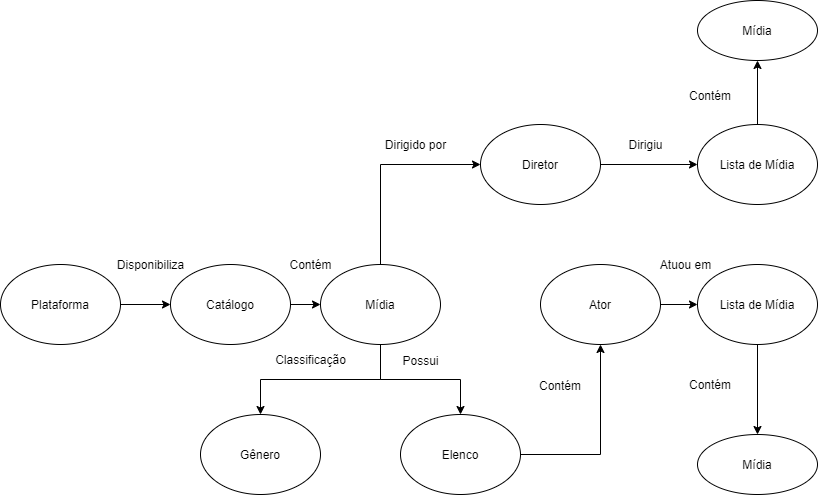
The draw.io diagram lab09/images/grafo.png in GeorgeJuniorGG/MC536, before a commit. Source tidied: cells renumbered, new cells last; positions are measured from the earlier drawing's top-left corner, leaving out a move shared by most shapes. Source of this version:
```xml
<mxGraphModel>
  <root>
    <mxCell id="0" />
    <mxCell id="1" parent="0" />
    <mxCell id="2" style="edgeStyle=orthogonalEdgeStyle;rounded=0;jettySize=auto;html=1;" parent="1" edge="1" source="3" target="23">
      <mxGeometry relative="1" as="geometry" />
    </mxCell>
    <mxCell id="3" value="Plataforma" style="ellipse;whiteSpace=wrap;html=1;" parent="1" vertex="1">
      <mxGeometry y="264" width="120" height="80" as="geometry" />
    </mxCell>
    <mxCell id="4" style="edgeStyle=orthogonalEdgeStyle;rounded=0;jettySize=auto;html=1;" parent="1" edge="1" source="7" target="11">
      <mxGeometry relative="1" as="geometry" />
    </mxCell>
    <mxCell id="5" style="edgeStyle=orthogonalEdgeStyle;rounded=0;jettySize=auto;html=1;exitX=0.5;exitY=0;exitDx=0;exitDy=0;entryX=0;entryY=0.5;entryDx=0;entryDy=0;" parent="1" edge="1" source="7" target="10">
      <mxGeometry relative="1" as="geometry" />
    </mxCell>
    <mxCell id="6" style="edgeStyle=orthogonalEdgeStyle;rounded=0;jettySize=auto;html=1;entryX=0.5;entryY=0;entryDx=0;entryDy=0;" parent="1" edge="1" source="7" target="30">
      <mxGeometry relative="1" as="geometry" />
    </mxCell>
    <mxCell id="7" value="Mídia" style="ellipse;whiteSpace=wrap;html=1;" parent="1" vertex="1">
      <mxGeometry x="320" y="264" width="120" height="80" as="geometry" />
    </mxCell>
    <mxCell id="8" value="Disponibiliza" style="text;html=1;align=center;verticalAlign=middle;fillColor=none;strokeColor=none;rounded=0;" parent="1" vertex="1">
      <mxGeometry x="110" y="254" width="80" height="20" as="geometry" />
    </mxCell>
    <mxCell id="9" style="edgeStyle=orthogonalEdgeStyle;rounded=0;jettySize=auto;html=1;" parent="1" edge="1" source="10" target="17">
      <mxGeometry relative="1" as="geometry" />
    </mxCell>
    <mxCell id="10" value="Diretor" style="ellipse;whiteSpace=wrap;html=1;" parent="1" vertex="1">
      <mxGeometry x="480" y="124" width="120" height="80" as="geometry" />
    </mxCell>
    <mxCell id="11" value="Gênero" style="ellipse;whiteSpace=wrap;html=1;" parent="1" vertex="1">
      <mxGeometry x="200" y="414" width="120" height="80" as="geometry" />
    </mxCell>
    <mxCell id="12" style="edgeStyle=orthogonalEdgeStyle;rounded=0;jettySize=auto;html=1;" parent="1" edge="1" source="13" target="20">
      <mxGeometry relative="1" as="geometry" />
    </mxCell>
    <mxCell id="13" value="Ator" style="ellipse;whiteSpace=wrap;html=1;" parent="1" vertex="1">
      <mxGeometry x="540" y="264" width="120" height="80" as="geometry" />
    </mxCell>
    <mxCell id="14" value="Classificação" style="text;html=1;align=center;verticalAlign=middle;strokeColor=none;fillColor=none;" parent="1" vertex="1">
      <mxGeometry x="265" y="349" width="90" height="20" as="geometry" />
    </mxCell>
    <mxCell id="15" value="Dirigido por" style="text;html=1;align=center;verticalAlign=middle;strokeColor=none;fillColor=none;" parent="1" vertex="1">
      <mxGeometry x="375" y="134" width="80" height="20" as="geometry" />
    </mxCell>
    <mxCell id="16" style="edgeStyle=orthogonalEdgeStyle;rounded=0;jettySize=auto;html=1;" parent="1" edge="1" source="17" target="25">
      <mxGeometry relative="1" as="geometry" />
    </mxCell>
    <mxCell id="17" value="Lista de Mídia" style="ellipse;whiteSpace=wrap;html=1;" parent="1" vertex="1">
      <mxGeometry x="697" y="124" width="120" height="80" as="geometry" />
    </mxCell>
    <mxCell id="18" value="Dirigiu" style="text;html=1;align=center;verticalAlign=middle;strokeColor=none;fillColor=none;" parent="1" vertex="1">
      <mxGeometry x="620" y="134" width="50" height="20" as="geometry" />
    </mxCell>
    <mxCell id="19" style="edgeStyle=orthogonalEdgeStyle;rounded=0;jettySize=auto;html=1;" parent="1" edge="1" source="20" target="26">
      <mxGeometry relative="1" as="geometry" />
    </mxCell>
    <mxCell id="20" value="Lista de Mídia" style="ellipse;whiteSpace=wrap;html=1;" parent="1" vertex="1">
      <mxGeometry x="697" y="264" width="120" height="80" as="geometry" />
    </mxCell>
    <mxCell id="21" value="Atuou em" style="text;html=1;align=center;verticalAlign=middle;strokeColor=none;fillColor=none;" parent="1" vertex="1">
      <mxGeometry x="650" y="254" width="70" height="20" as="geometry" />
    </mxCell>
    <mxCell id="22" style="edgeStyle=orthogonalEdgeStyle;rounded=0;jettySize=auto;html=1;entryX=0;entryY=0.5;entryDx=0;entryDy=0;" parent="1" edge="1" source="23" target="7">
      <mxGeometry relative="1" as="geometry" />
    </mxCell>
    <mxCell id="23" value="Catálogo" style="ellipse;whiteSpace=wrap;html=1;" parent="1" vertex="1">
      <mxGeometry x="170" y="264" width="120" height="80" as="geometry" />
    </mxCell>
    <mxCell id="24" value="Contém" style="text;html=1;align=center;verticalAlign=middle;strokeColor=none;fillColor=none;" parent="1" vertex="1">
      <mxGeometry x="280" y="254" width="60" height="20" as="geometry" />
    </mxCell>
    <mxCell id="25" value="Mídia" style="ellipse;whiteSpace=wrap;html=1;" parent="1" vertex="1">
      <mxGeometry x="697" width="120" height="60" as="geometry" />
    </mxCell>
    <mxCell id="26" value="Mídia" style="ellipse;whiteSpace=wrap;html=1;" parent="1" vertex="1">
      <mxGeometry x="697" y="434" width="120" height="60" as="geometry" />
    </mxCell>
    <mxCell id="27" value="Contém" style="text;html=1;strokeColor=none;fillColor=none;align=center;verticalAlign=middle;whiteSpace=wrap;rounded=0;" parent="1" vertex="1">
      <mxGeometry x="680" y="80" width="60" height="30" as="geometry" />
    </mxCell>
    <mxCell id="28" value="Contém" style="text;html=1;strokeColor=none;fillColor=none;align=center;verticalAlign=middle;whiteSpace=wrap;rounded=0;" parent="1" vertex="1">
      <mxGeometry x="680" y="369" width="60" height="30" as="geometry" />
    </mxCell>
    <mxCell id="29" style="edgeStyle=orthogonalEdgeStyle;rounded=0;jettySize=auto;html=1;entryX=0.5;entryY=1;entryDx=0;entryDy=0;" parent="1" edge="1" source="30" target="13">
      <mxGeometry relative="1" as="geometry" />
    </mxCell>
    <mxCell id="30" value="Elenco" style="ellipse;whiteSpace=wrap;html=1;" parent="1" vertex="1">
      <mxGeometry x="400" y="414" width="120" height="80" as="geometry" />
    </mxCell>
    <mxCell id="31" value="Possui" style="text;html=1;align=center;verticalAlign=middle;strokeColor=none;fillColor=none;" parent="1" vertex="1">
      <mxGeometry x="395" y="350" width="50" height="20" as="geometry" />
    </mxCell>
    <mxCell id="32" value="Contém" style="text;html=1;strokeColor=none;fillColor=none;align=center;verticalAlign=middle;whiteSpace=wrap;rounded=0;" parent="1" vertex="1">
      <mxGeometry x="530" y="370" width="60" height="30" as="geometry" />
    </mxCell>
  </root>
</mxGraphModel>
```
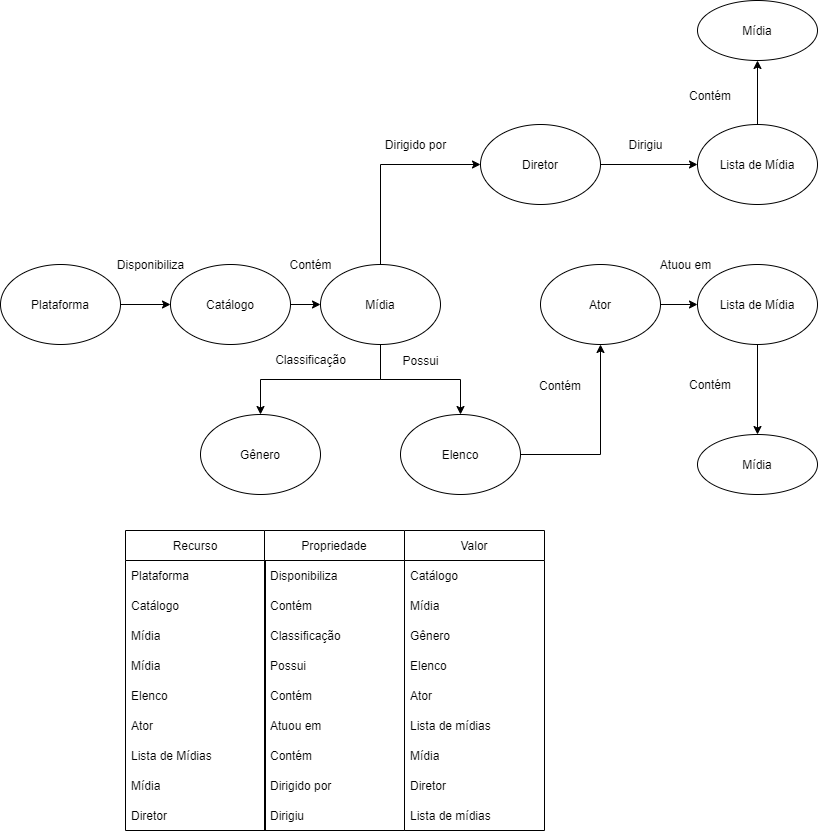
The same file after the commit.

Commit message:
Atualizando o template do Lab9

What changed in the source:
```diff
@@ -95,5 +95,95 @@
     <mxCell id="32" value="Contém" style="text;html=1;strokeColor=none;fillColor=none;align=center;verticalAlign=middle;whiteSpace=wrap;rounded=0;" parent="1" vertex="1">
       <mxGeometry x="530" y="370" width="60" height="30" as="geometry" />
     </mxCell>
+    <mxCell id="33" value="Recurso" style="swimlane;fontStyle=0;horizontal=1;startSize=30;" parent="1" vertex="1">
+      <mxGeometry x="125" y="530" width="140" height="300" as="geometry" />
+    </mxCell>
+    <mxCell id="34" value="Plataforma" style="text;strokeColor=none;fillColor=none;align=left;verticalAlign=middle;spacingLeft=4;spacingRight=4;overflow=hidden;" parent="33" vertex="1">
+      <mxGeometry y="30" width="140" height="30" as="geometry" />
+    </mxCell>
+    <mxCell id="35" value="Catálogo" style="text;strokeColor=none;fillColor=none;align=left;verticalAlign=middle;spacingLeft=4;spacingRight=4;overflow=hidden;" parent="33" vertex="1">
+      <mxGeometry y="60" width="140" height="30" as="geometry" />
+    </mxCell>
+    <mxCell id="36" value="Mídia" style="text;strokeColor=none;fillColor=none;align=left;verticalAlign=middle;spacingLeft=4;spacingRight=4;overflow=hidden;" parent="33" vertex="1">
+      <mxGeometry y="90" width="140" height="30" as="geometry" />
+    </mxCell>
+    <mxCell id="37" value="Mídia" style="text;strokeColor=none;fillColor=none;align=left;verticalAlign=middle;spacingLeft=4;spacingRight=4;overflow=hidden;" parent="33" vertex="1">
+      <mxGeometry y="120" width="140" height="30" as="geometry" />
+    </mxCell>
+    <mxCell id="38" value="Elenco" style="text;strokeColor=none;fillColor=none;align=left;verticalAlign=middle;spacingLeft=4;spacingRight=4;overflow=hidden;" parent="33" vertex="1">
+      <mxGeometry y="150" width="140" height="30" as="geometry" />
+    </mxCell>
+    <mxCell id="39" value="Ator" style="text;strokeColor=none;fillColor=none;align=left;verticalAlign=middle;spacingLeft=4;spacingRight=4;overflow=hidden;" parent="33" vertex="1">
+      <mxGeometry y="180" width="140" height="30" as="geometry" />
+    </mxCell>
+    <mxCell id="40" value="Lista de Mídias" style="text;strokeColor=none;fillColor=none;align=left;verticalAlign=middle;spacingLeft=4;spacingRight=4;overflow=hidden;" parent="33" vertex="1">
+      <mxGeometry y="210" width="140" height="30" as="geometry" />
+    </mxCell>
+    <mxCell id="41" value="Mídia" style="text;strokeColor=none;fillColor=none;align=left;verticalAlign=middle;spacingLeft=4;spacingRight=4;overflow=hidden;" parent="33" vertex="1">
+      <mxGeometry y="240" width="140" height="30" as="geometry" />
+    </mxCell>
+    <mxCell id="42" value="Diretor" style="text;strokeColor=none;fillColor=none;align=left;verticalAlign=middle;spacingLeft=4;spacingRight=4;overflow=hidden;" parent="33" vertex="1">
+      <mxGeometry y="270" width="140" height="30" as="geometry" />
+    </mxCell>
+    <mxCell id="43" value="Propriedade" style="swimlane;fontStyle=0;horizontal=1;startSize=30;" parent="1" vertex="1">
+      <mxGeometry x="264" y="530" width="140" height="300" as="geometry" />
+    </mxCell>
+    <mxCell id="44" value="Disponibiliza" style="text;strokeColor=none;fillColor=none;align=left;verticalAlign=middle;spacingLeft=4;spacingRight=4;overflow=hidden;" parent="43" vertex="1">
+      <mxGeometry y="30" width="140" height="30" as="geometry" />
+    </mxCell>
+    <mxCell id="45" value="Contém" style="text;strokeColor=none;fillColor=none;align=left;verticalAlign=middle;spacingLeft=4;spacingRight=4;overflow=hidden;" parent="43" vertex="1">
+      <mxGeometry y="60" width="140" height="30" as="geometry" />
+    </mxCell>
+    <mxCell id="46" value="Classificação" style="text;strokeColor=none;fillColor=none;align=left;verticalAlign=middle;spacingLeft=4;spacingRight=4;overflow=hidden;" parent="43" vertex="1">
+      <mxGeometry y="90" width="140" height="30" as="geometry" />
+    </mxCell>
+    <mxCell id="47" value="Possui" style="text;strokeColor=none;fillColor=none;align=left;verticalAlign=middle;spacingLeft=4;spacingRight=4;overflow=hidden;" parent="43" vertex="1">
+      <mxGeometry y="120" width="140" height="30" as="geometry" />
+    </mxCell>
+    <mxCell id="48" value="Contém" style="text;strokeColor=none;fillColor=none;align=left;verticalAlign=middle;spacingLeft=4;spacingRight=4;overflow=hidden;" parent="43" vertex="1">
+      <mxGeometry y="150" width="140" height="30" as="geometry" />
+    </mxCell>
+    <mxCell id="49" value="Atuou em" style="text;strokeColor=none;fillColor=none;align=left;verticalAlign=middle;spacingLeft=4;spacingRight=4;overflow=hidden;" parent="43" vertex="1">
+      <mxGeometry y="180" width="140" height="30" as="geometry" />
+    </mxCell>
+    <mxCell id="50" value="Contém" style="text;strokeColor=none;fillColor=none;align=left;verticalAlign=middle;spacingLeft=4;spacingRight=4;overflow=hidden;" parent="43" vertex="1">
+      <mxGeometry y="210" width="140" height="30" as="geometry" />
+    </mxCell>
+    <mxCell id="51" value="Dirigido por" style="text;strokeColor=none;fillColor=none;align=left;verticalAlign=middle;spacingLeft=4;spacingRight=4;overflow=hidden;" parent="43" vertex="1">
+      <mxGeometry y="240" width="140" height="30" as="geometry" />
+    </mxCell>
+    <mxCell id="52" value="Dirigiu" style="text;strokeColor=none;fillColor=none;align=left;verticalAlign=middle;spacingLeft=4;spacingRight=4;overflow=hidden;" parent="43" vertex="1">
+      <mxGeometry y="270" width="140" height="30" as="geometry" />
+    </mxCell>
+    <mxCell id="53" value="Valor" style="swimlane;fontStyle=0;horizontal=1;startSize=30;" parent="1" vertex="1">
+      <mxGeometry x="404" y="530" width="140" height="300" as="geometry" />
+    </mxCell>
+    <mxCell id="54" value="Catálogo" style="text;strokeColor=none;fillColor=none;align=left;verticalAlign=middle;spacingLeft=4;spacingRight=4;overflow=hidden;" parent="53" vertex="1">
+      <mxGeometry y="30" width="140" height="30" as="geometry" />
+    </mxCell>
+    <mxCell id="55" value="Mídia" style="text;strokeColor=none;fillColor=none;align=left;verticalAlign=middle;spacingLeft=4;spacingRight=4;overflow=hidden;" parent="53" vertex="1">
+      <mxGeometry y="60" width="140" height="30" as="geometry" />
+    </mxCell>
+    <mxCell id="56" value="Gênero" style="text;strokeColor=none;fillColor=none;align=left;verticalAlign=middle;spacingLeft=4;spacingRight=4;overflow=hidden;" parent="53" vertex="1">
+      <mxGeometry y="90" width="140" height="30" as="geometry" />
+    </mxCell>
+    <mxCell id="57" value="Elenco" style="text;strokeColor=none;fillColor=none;align=left;verticalAlign=middle;spacingLeft=4;spacingRight=4;overflow=hidden;" parent="53" vertex="1">
+      <mxGeometry y="120" width="140" height="30" as="geometry" />
+    </mxCell>
+    <mxCell id="58" value="Ator" style="text;strokeColor=none;fillColor=none;align=left;verticalAlign=middle;spacingLeft=4;spacingRight=4;overflow=hidden;" parent="53" vertex="1">
+      <mxGeometry y="150" width="140" height="30" as="geometry" />
+    </mxCell>
+    <mxCell id="59" value="Lista de mídias" style="text;strokeColor=none;fillColor=none;align=left;verticalAlign=middle;spacingLeft=4;spacingRight=4;overflow=hidden;" parent="53" vertex="1">
+      <mxGeometry y="180" width="140" height="30" as="geometry" />
+    </mxCell>
+    <mxCell id="60" value="Mídia" style="text;strokeColor=none;fillColor=none;align=left;verticalAlign=middle;spacingLeft=4;spacingRight=4;overflow=hidden;" parent="53" vertex="1">
+      <mxGeometry y="210" width="140" height="30" as="geometry" />
+    </mxCell>
+    <mxCell id="61" value="Diretor" style="text;strokeColor=none;fillColor=none;align=left;verticalAlign=middle;spacingLeft=4;spacingRight=4;overflow=hidden;" parent="53" vertex="1">
+      <mxGeometry y="240" width="140" height="30" as="geometry" />
+    </mxCell>
+    <mxCell id="62" value="Lista de mídias" style="text;strokeColor=none;fillColor=none;align=left;verticalAlign=middle;spacingLeft=4;spacingRight=4;overflow=hidden;" parent="53" vertex="1">
+      <mxGeometry y="270" width="140" height="30" as="geometry" />
+    </mxCell>
   </root>
 </mxGraphModel>
```
